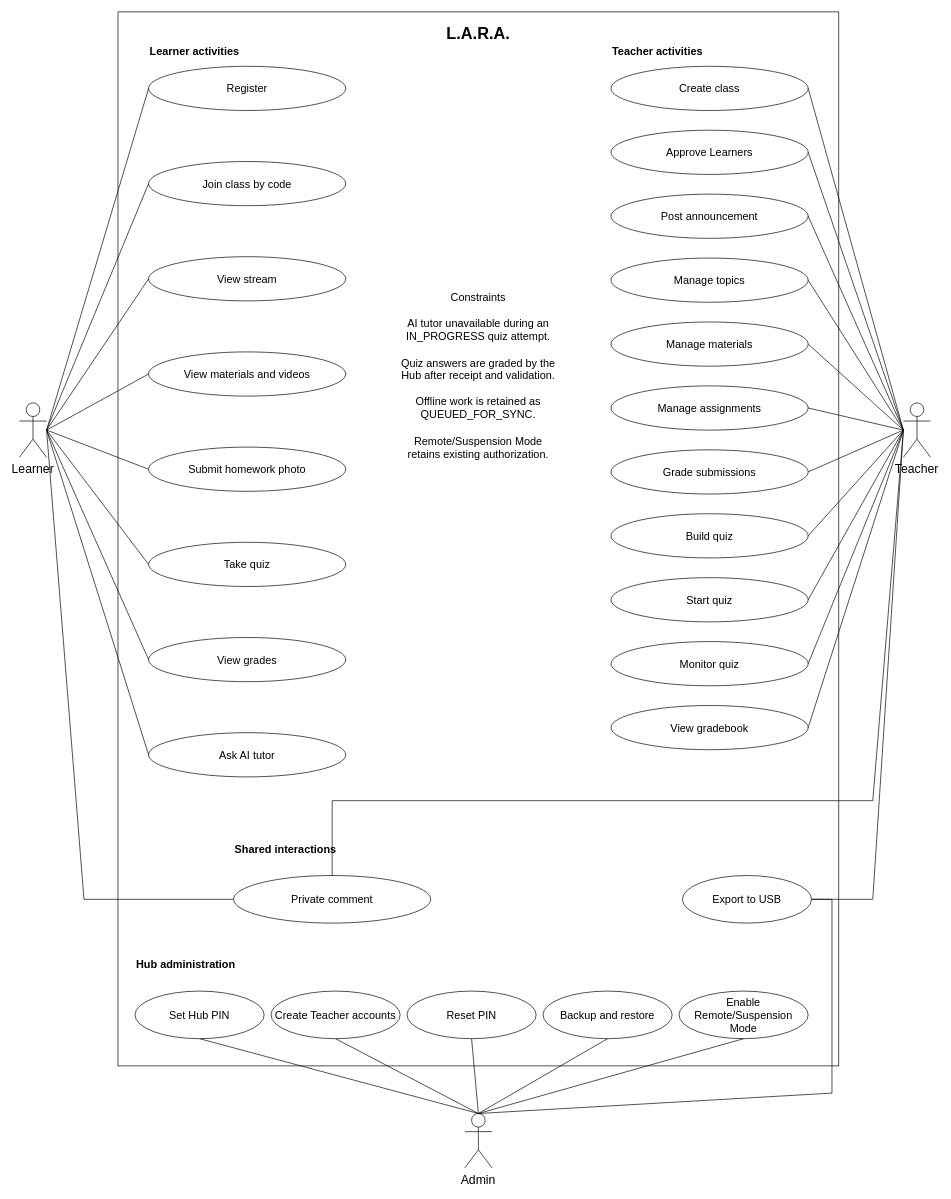
This is docs/thesis/chapter-3/diagrams/use-case.drawio from BootlegYouki/L.A.R.A, a draw.io file, before an edit. Source tidied: cells renumbered, new cells numbered last; positions are measured from the earlier drawing's top-left corner, leaving out a move shared by most shapes. Both pictures are drawn from the tidied source at 68%, with x=0, y=0 at pixel (19, 12).
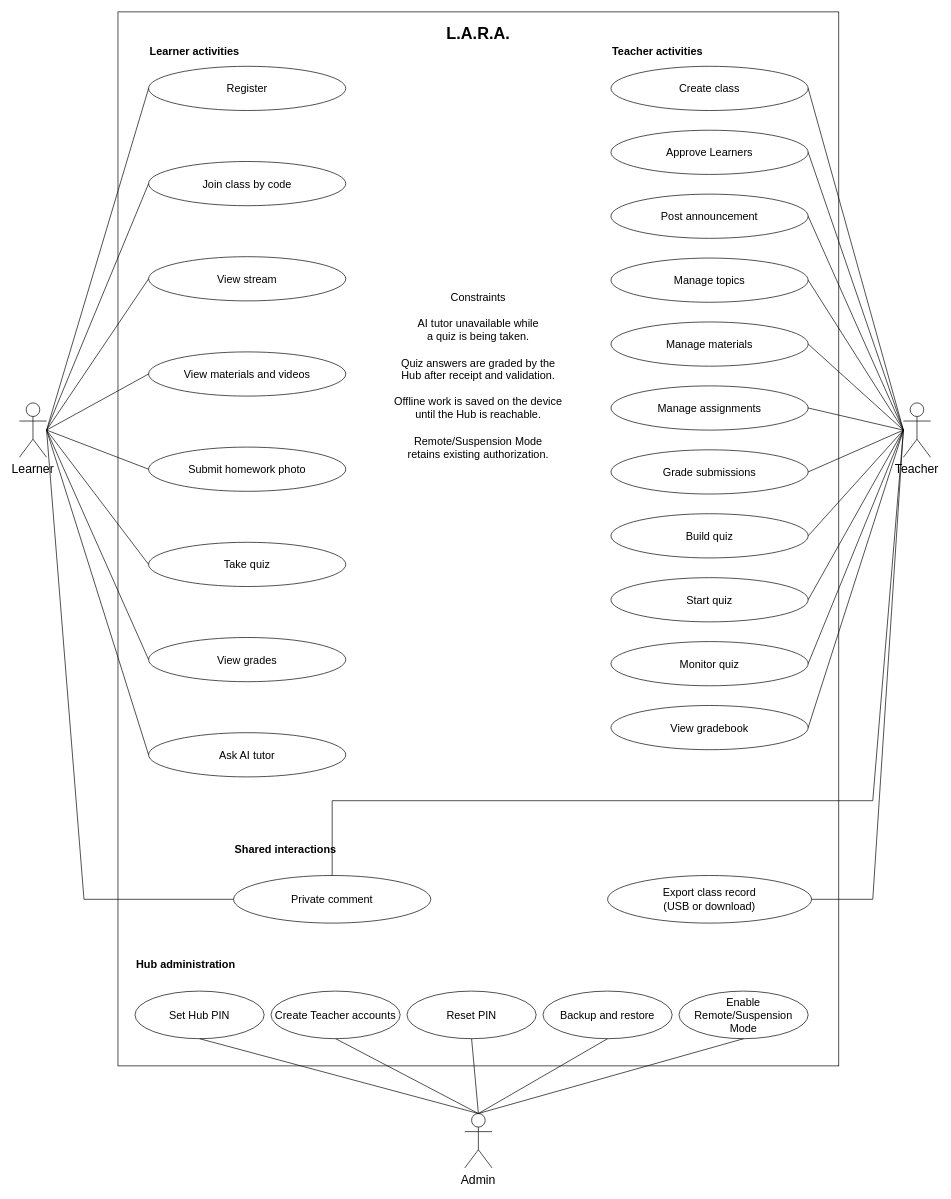
The same diagram, later.

The change refers to these unchanged cells:
```xml
<mxCell id="5" value="Admin" style="fontFamily=Arial;fontSize=16;fontColor=#000000;strokeColor=#000000;fillColor=#FFFFFF;shape=umlActor;verticalLabelPosition=bottom;verticalAlign=top;align=center;outlineConnect=0;fontSize=18;" parent="1" vertex="1">
  <mxGeometry x="655" y="1620" width="40" height="80" as="geometry" />
</mxCell>
```

Diff of the diagram source:
```diff
@@
-    <mxCell id="29" value="Export to USB" style="fontFamily=Arial;fontSize=16;fontColor=#000000;strokeColor=#000000;fillColor=#FFFFFF;ellipse;whiteSpace=wrap;html=0;" parent="1" vertex="1">
-      <mxGeometry x="975" y="1270" width="190" height="70" as="geometry" />
+    <mxCell id="29" value="Export class record&#10;(USB or download)" style="fontFamily=Arial;fontSize=16;fontColor=#000000;strokeColor=#000000;fillColor=#FFFFFF;ellipse;whiteSpace=wrap;html=0;" parent="1" vertex="1">
+      <mxGeometry x="865" y="1270" width="300" height="70" as="geometry" />
     </mxCell>
@@
-    <mxCell id="36" value="Constraints&#10;&#10;AI tutor unavailable during an&#10;IN_PROGRESS quiz attempt.&#10;&#10;Quiz answers are graded by the&#10;Hub after receipt and validation.&#10;&#10;Offline work is retained as&#10;QUEUED_FOR_SYNC.&#10;&#10;Remote/Suspension Mode&#10;retains existing authorization." style="fontFamily=Arial;fontSize=16;fontColor=#000000;strokeColor=#000000;fillColor=#FFFFFF;text;whiteSpace=wrap;html=0;strokeColor=none;fillColor=none;align=center;verticalAlign=middle;" parent="1" vertex="1">
+    <mxCell id="36" value="Constraints&#10;&#10;AI tutor unavailable while&#10;a quiz is being taken.&#10;&#10;Quiz answers are graded by the&#10;Hub after receipt and validation.&#10;&#10;Offline work is saved on the device&#10;until the Hub is reachable.&#10;&#10;Remote/Suspension Mode&#10;retains existing authorization." style="fontFamily=Arial;fontSize=16;fontColor=#000000;strokeColor=#000000;fillColor=#FFFFFF;text;whiteSpace=wrap;html=0;strokeColor=none;fillColor=none;align=center;verticalAlign=middle;" parent="1" vertex="1">
       <mxGeometry x="530" y="320" width="290" height="430" as="geometry" />
     </mxCell>
@@
-    <mxCell id="64" style="fontFamily=Arial;fontSize=16;fontColor=#000000;strokeColor=#000000;fillColor=#FFFFFF;endArrow=none;startArrow=none;rounded=0;html=0;strokeWidth=1;exitX=0.5;exitY=0;entryX=1;entryY=0.5;" parent="1" edge="1" source="5" target="29">
-      <mxGeometry relative="1" as="geometry">
-        <Array as="points">
-          <mxPoint x="1195" y="1590" />
-          <mxPoint x="1195" y="1305" />
-        </Array>
-      </mxGeometry>
-    </mxCell>
```
